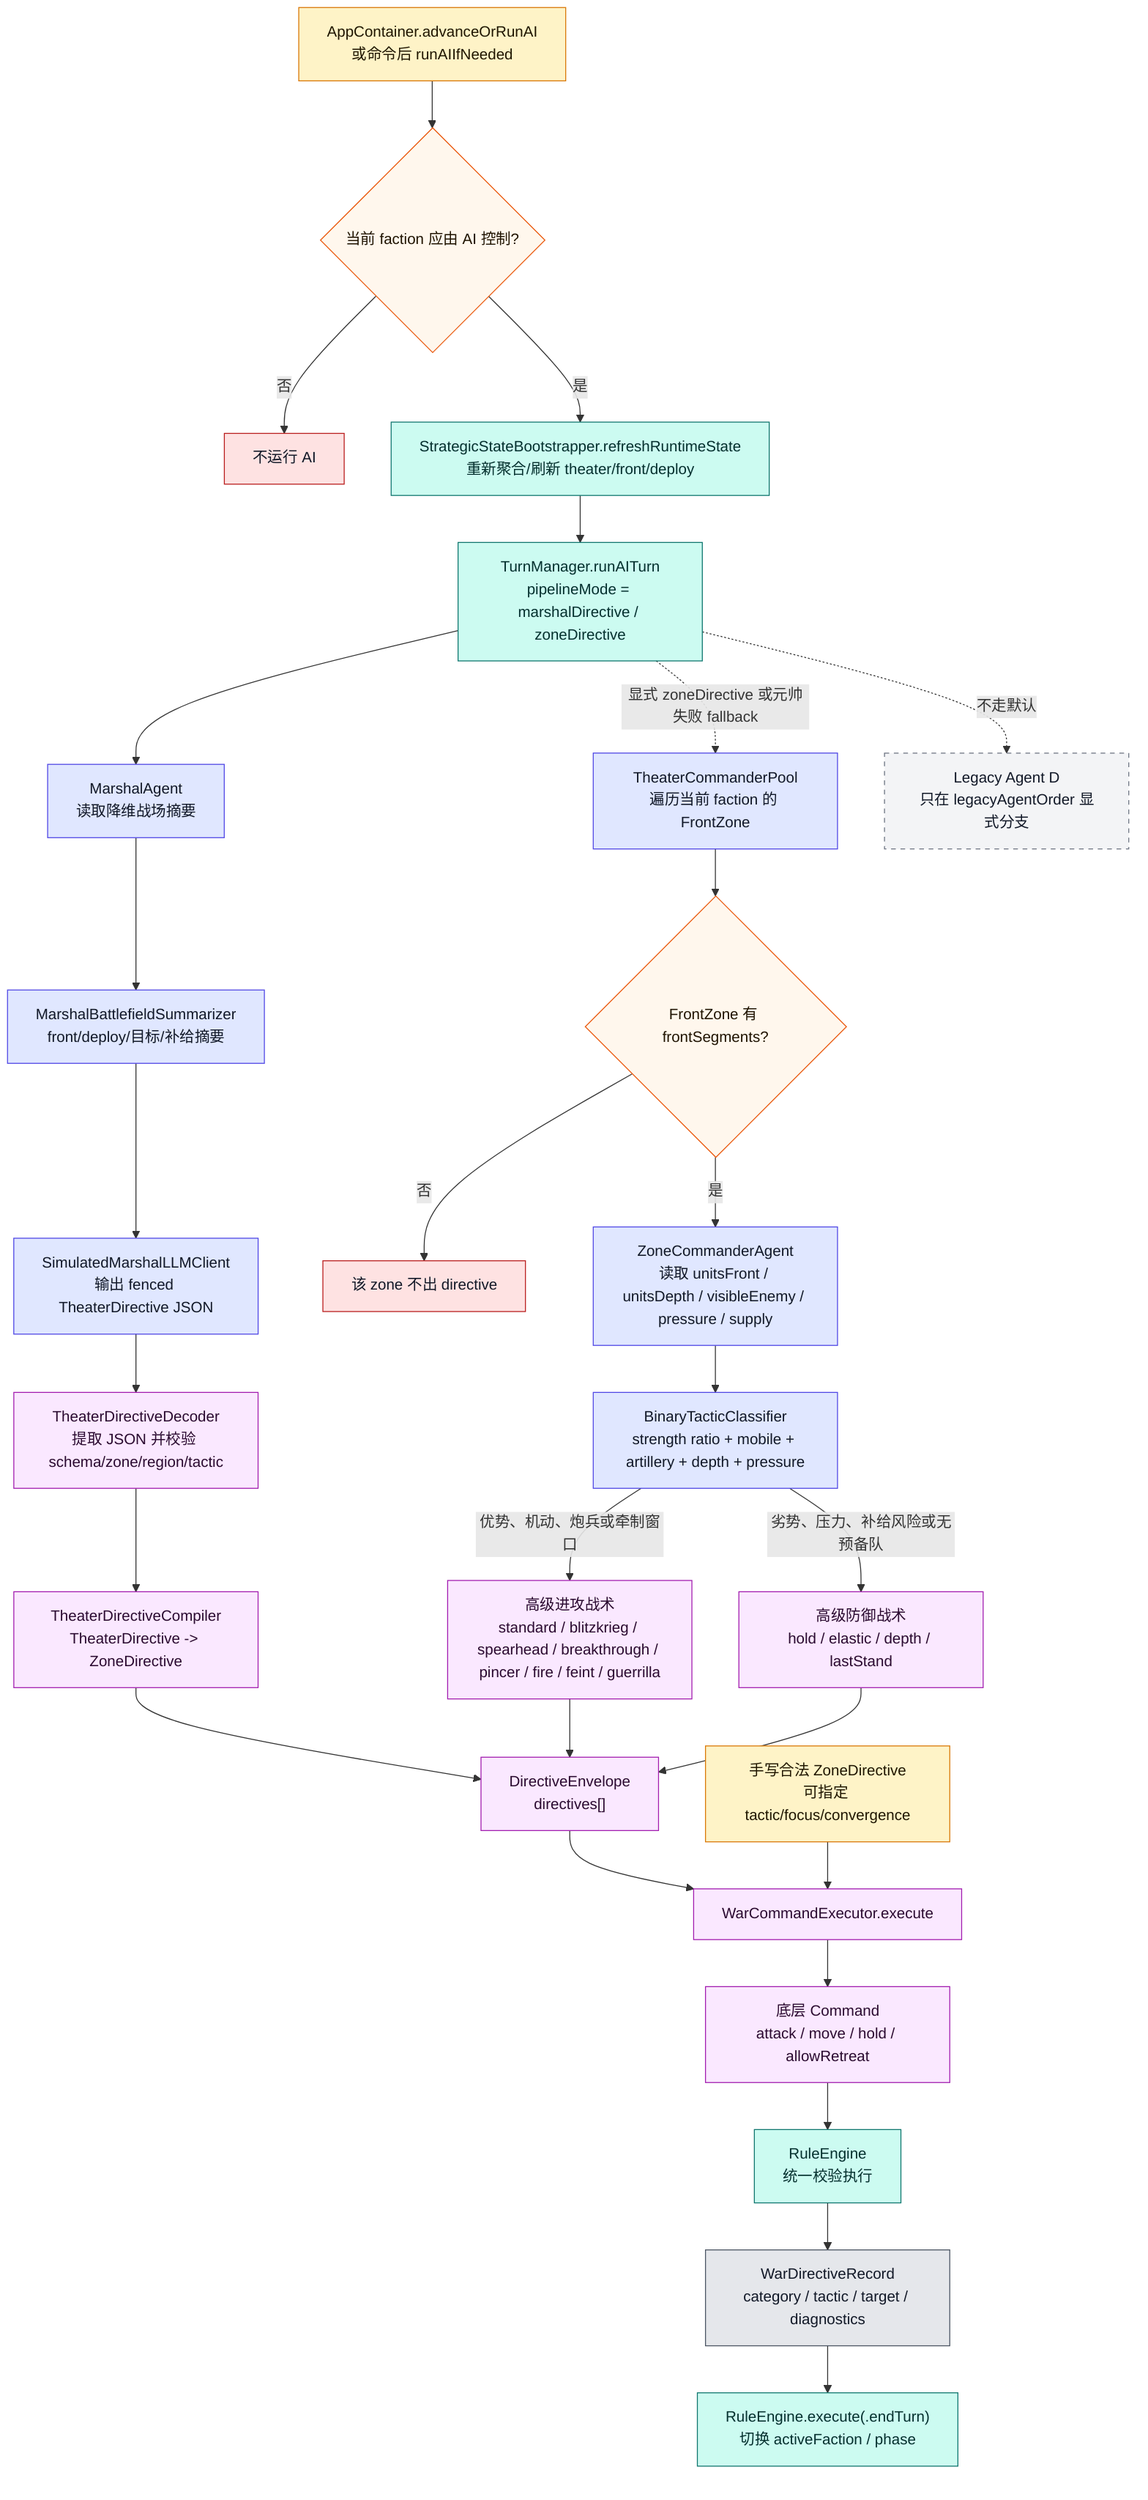
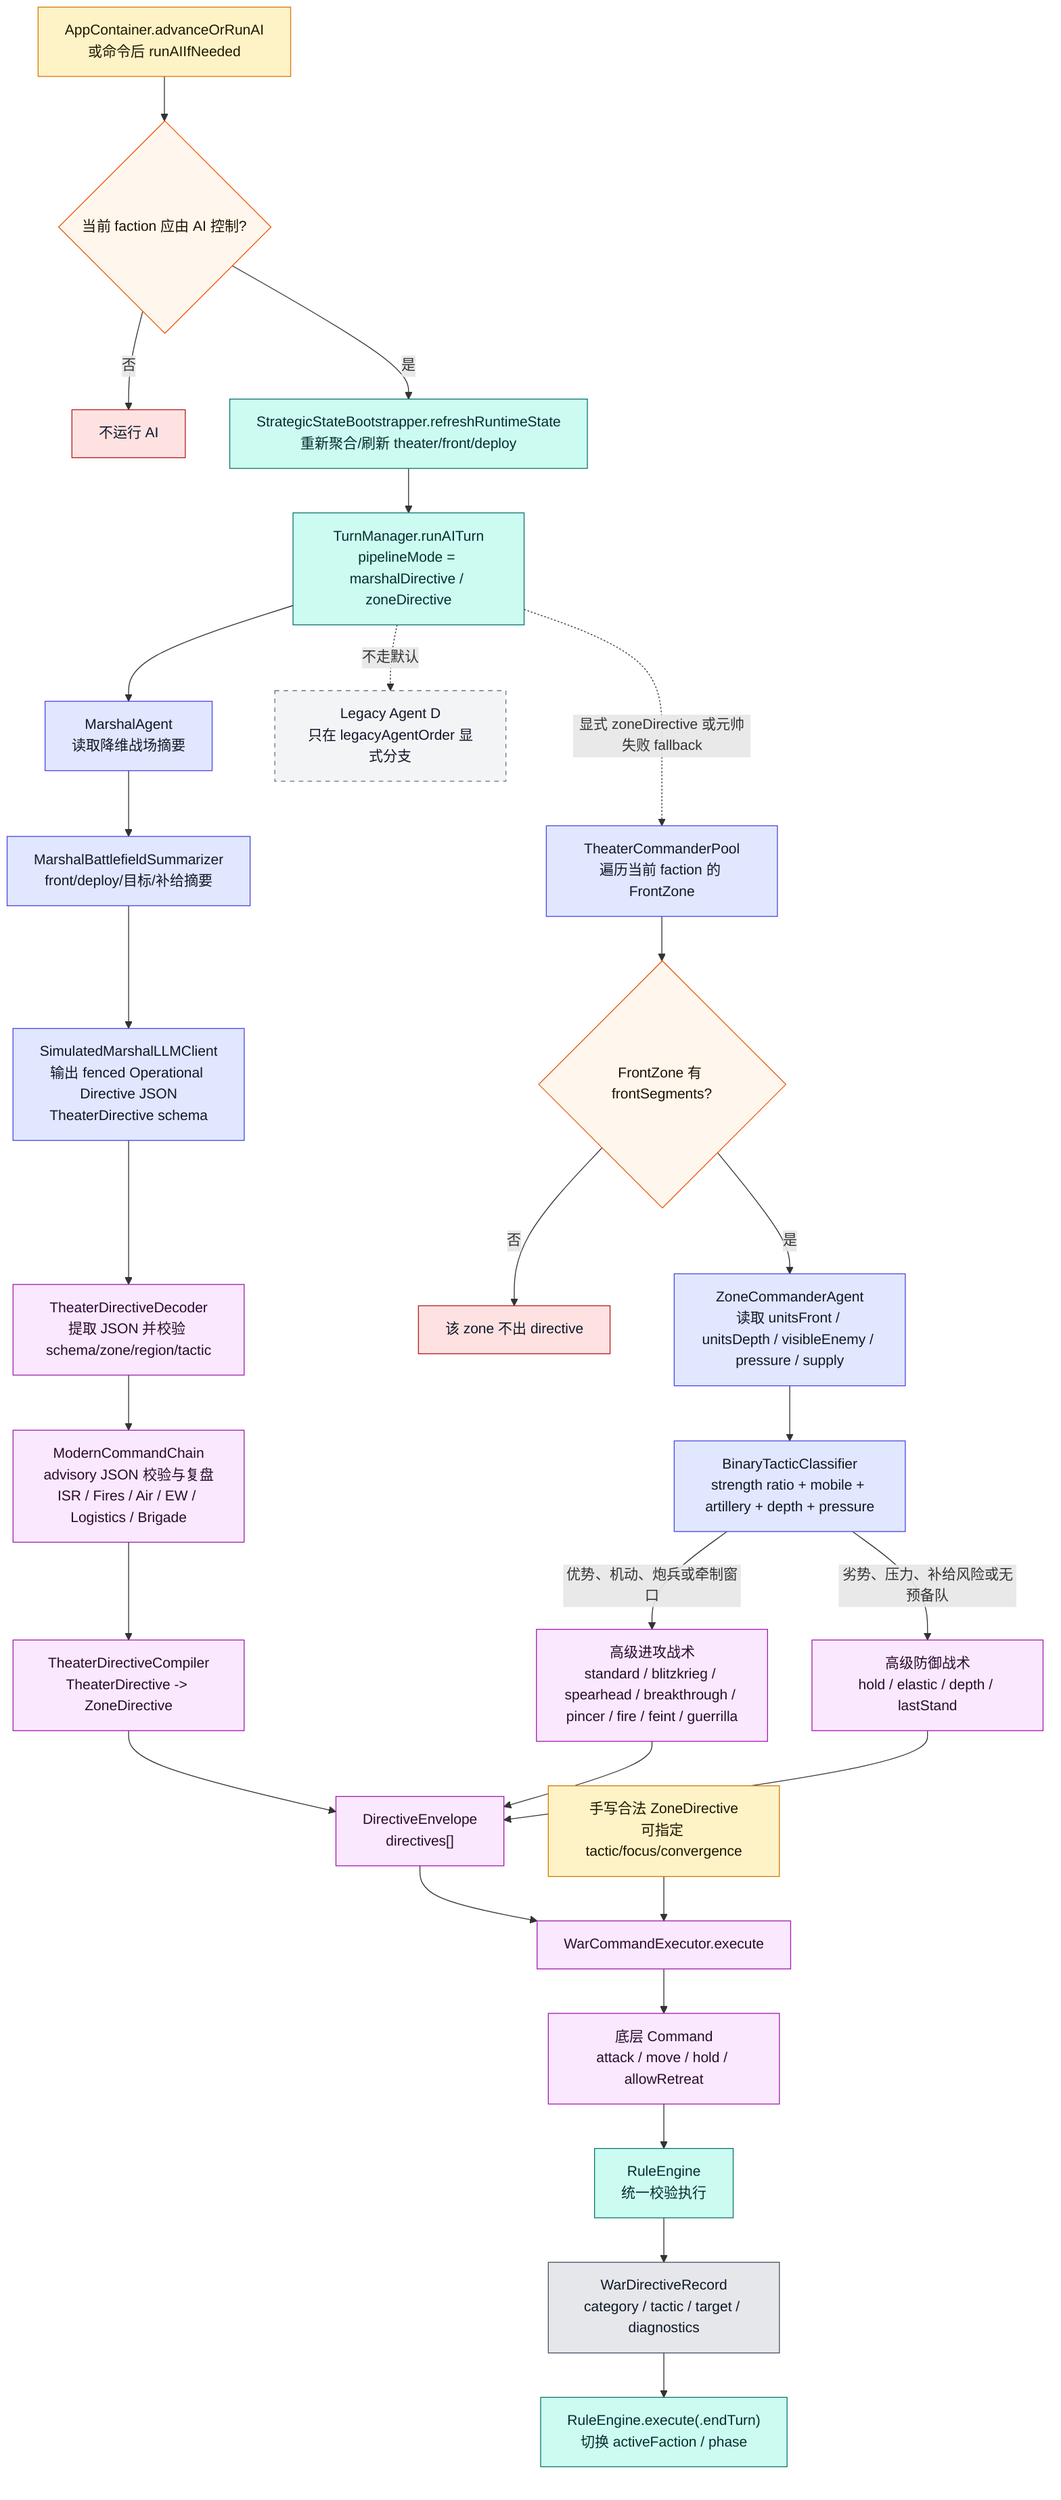
flowchart TD
    START["AppContainer.advanceOrRunAI<br/>或命令后 runAIIfNeeded"]:::input
    CHECK{"当前 faction 应由 AI 控制?"}:::decision
    STOP["不运行 AI"]:::stop
    REFRESH["StrategicStateBootstrapper.refreshRuntimeState<br/>重新聚合/刷新 theater/front/deploy"]:::rules
    TM["TurnManager.runAITurn<br/>pipelineMode = marshalDirective / zoneDirective"]:::rules
    MARSHAL["MarshalAgent<br/>读取降维战场摘要"]:::ai
    SUMMARY["MarshalBattlefieldSummarizer<br/>front/deploy/目标/补给摘要"]:::ai
-     LLM["SimulatedMarshalLLMClient<br/>输出 fenced TheaterDirective JSON"]:::ai
+     LLM["SimulatedMarshalLLMClient<br/>输出 fenced Operational Directive JSON<br/>TheaterDirective schema"]:::ai
    DECODER["TheaterDirectiveDecoder<br/>提取 JSON 并校验 schema/zone/region/tactic"]:::command
+     MCHAIN["ModernCommandChain<br/>advisory JSON 校验与复盘<br/>ISR / Fires / Air / EW / Logistics / Brigade"]:::command
    COMPILER["TheaterDirectiveCompiler<br/>TheaterDirective -> ZoneDirective"]:::command
    POOL["TheaterCommanderPool<br/>遍历当前 faction 的 FrontZone"]:::ai
    ZONE{"FrontZone 有 frontSegments?"}:::decision
    SKIP["该 zone 不出 directive"]:::stop
    AGENT["ZoneCommanderAgent<br/>读取 unitsFront / unitsDepth / visibleEnemy / pressure / supply"]:::ai
    CLS["BinaryTacticClassifier<br/>strength ratio + mobile + artillery + depth + pressure"]:::ai
    ATK["高级进攻战术<br/>standard / blitzkrieg / spearhead / breakthrough / pincer / fire / feint / guerrilla"]:::command
    DEF["高级防御战术<br/>hold / elastic / depth / lastStand"]:::command
    ENV["DirectiveEnvelope<br/>directives[]"]:::command
    WCE["WarCommandExecutor.execute"]:::command
    BOTTOM["底层 Command<br/>attack / move / hold / allowRetreat"]:::command
    RE["RuleEngine<br/>统一校验执行"]:::rules
    RECORD["WarDirectiveRecord<br/>category / tactic / target / diagnostics"]:::ui
    END["RuleEngine.execute(.endTurn)<br/>切换 activeFaction / phase"]:::rules

    START --> CHECK
    CHECK -->|否| STOP
-     CHECK -->|是| REFRESH --> TM --> MARSHAL --> SUMMARY --> LLM --> DECODER --> COMPILER --> ENV
+     CHECK -->|是| REFRESH --> TM --> MARSHAL --> SUMMARY --> LLM --> DECODER --> MCHAIN --> COMPILER --> ENV
    TM -.显式 zoneDirective 或元帅失败 fallback.-> POOL --> ZONE
    ZONE -->|否| SKIP
    ZONE -->|是| AGENT --> CLS
    CLS -->|优势、机动、炮兵或牵制窗口| ATK
    CLS -->|劣势、压力、补给风险或无预备队| DEF
    ATK --> ENV
    DEF --> ENV
    ENV --> WCE --> BOTTOM --> RE --> RECORD --> END

    LEGACY["Legacy Agent D<br/>只在 legacyAgentOrder 显式分支"]:::legacy
    TM -.不走默认.-> LEGACY

    MANUAL["手写合法 ZoneDirective<br/>可指定 tactic/focus/convergence"]:::input
    MANUAL --> WCE

    classDef input fill:#fef3c7,stroke:#d97706,color:#1f1600
    classDef decision fill:#fff7ed,stroke:#ea580c,color:#1f1300
    classDef stop fill:#fee2e2,stroke:#b91c1c,color:#111827
    classDef rules fill:#ccfbf1,stroke:#0f766e,color:#042f2e
    classDef ai fill:#e0e7ff,stroke:#4f46e5,color:#111827
    classDef command fill:#fae8ff,stroke:#a21caf,color:#2a0a2f
    classDef ui fill:#e5e7eb,stroke:#4b5563,color:#111827
    classDef legacy fill:#f3f4f6,stroke:#6b7280,stroke-dasharray:5 5,color:#111827
